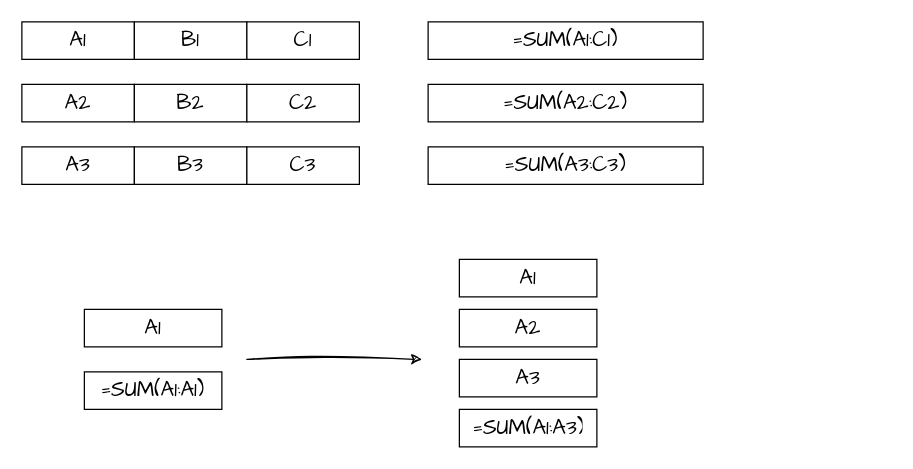
The draw.io diagram kk-excel/excel-formula-expand.drawio in Serein-sz/drawio-pkg, before the edit. Source tidied: cells renumbered, new cells numbered last; positions are measured from the earlier drawing's top-left corner, leaving out a move shared by most shapes. Both pictures are drawn from the tidied source at 125%, with x=0, y=0 at pixel (21, 21).
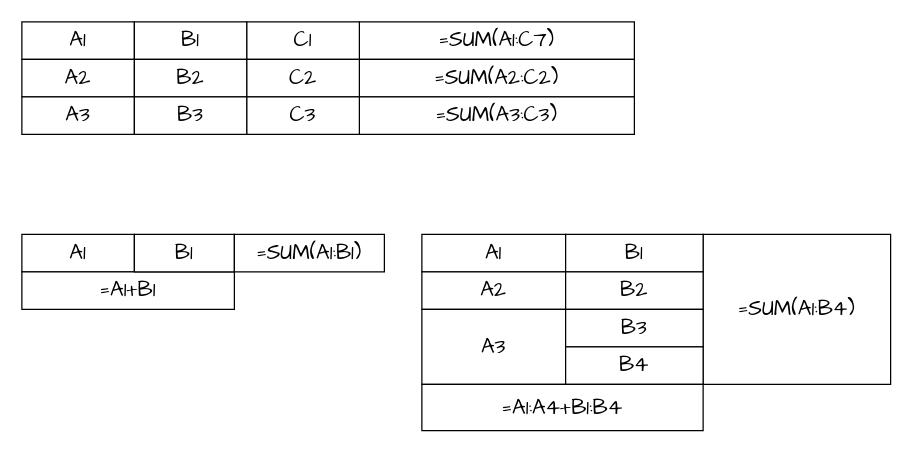
The same page after the edit.

What changed in the source:
```diff
@@
-    <mxCell id="3" value="=SUM(A1:C1)" style="text;strokeColor=inherit;align=center;verticalAlign=middle;spacingLeft=10;spacingRight=10;overflow=hidden;whiteSpace=wrap;html=1;fillColor=inherit;fontColor=inherit;fontSize=17;fontFamily=Architects Daughter;" parent="1" vertex="1">
-      <mxGeometry x="325" width="220" height="30" as="geometry" />
+    <mxCell id="3" value="=SUM(A1:C7)" style="text;strokeColor=inherit;align=center;verticalAlign=middle;spacingLeft=10;spacingRight=10;overflow=hidden;whiteSpace=wrap;html=1;fillColor=inherit;fontColor=inherit;fontSize=17;fontFamily=Architects Daughter;" parent="1" vertex="1">
+      <mxGeometry x="270" width="220" height="30" as="geometry" />
     </mxCell>
@@
     <mxCell id="7" style="swimlane;shape=mxgraph.bootstrap.anchor;strokeColor=#999999;fillColor=#ffffff;fontColor=#666666;horizontal=0;startSize=0;whiteSpace=wrap;html=1;sketch=1;hachureGap=4;jiggle=2;curveFitting=1;fontFamily=Architects Daughter;" parent="1" vertex="1">
-      <mxGeometry y="50" width="90" height="30" as="geometry" />
+      <mxGeometry y="30" width="90" height="30" as="geometry" />
     </mxCell>
     <mxCell id="8" value="=SUM(A2:C2)" style="text;strokeColor=inherit;align=center;verticalAlign=middle;spacingLeft=10;spacingRight=10;overflow=hidden;whiteSpace=wrap;html=1;fillColor=inherit;fontColor=inherit;fontSize=17;fontFamily=Architects Daughter;" parent="1" vertex="1">
-      <mxGeometry x="325" y="50" width="220" height="30" as="geometry" />
+      <mxGeometry x="270" y="30" width="220" height="30" as="geometry" />
     </mxCell>
     <mxCell id="9" value="A2" style="text;strokeColor=inherit;align=center;verticalAlign=middle;spacingLeft=10;spacingRight=10;overflow=hidden;whiteSpace=wrap;html=1;fillColor=inherit;fontColor=inherit;fontSize=17;fontFamily=Architects Daughter;" parent="1" vertex="1">
-      <mxGeometry y="50" width="90" height="30" as="geometry" />
+      <mxGeometry y="30" width="90" height="30" as="geometry" />
     </mxCell>
     <mxCell id="10" value="B2" style="text;strokeColor=inherit;align=center;verticalAlign=middle;spacingLeft=10;spacingRight=10;overflow=hidden;whiteSpace=wrap;html=1;fillColor=inherit;fontColor=inherit;fontSize=17;fontFamily=Architects Daughter;" parent="1" vertex="1">
-      <mxGeometry x="90" y="50" width="90" height="30" as="geometry" />
+      <mxGeometry x="90" y="30" width="90" height="30" as="geometry" />
     </mxCell>
     <mxCell id="11" value="C2" style="text;strokeColor=inherit;align=center;verticalAlign=middle;spacingLeft=10;spacingRight=10;overflow=hidden;whiteSpace=wrap;html=1;fillColor=inherit;fontColor=inherit;fontSize=17;fontFamily=Architects Daughter;" parent="1" vertex="1">
-      <mxGeometry x="180" y="50" width="90" height="30" as="geometry" />
+      <mxGeometry x="180" y="30" width="90" height="30" as="geometry" />
     </mxCell>
     <mxCell id="12" style="swimlane;shape=mxgraph.bootstrap.anchor;strokeColor=#999999;fillColor=#ffffff;fontColor=#666666;horizontal=0;startSize=0;whiteSpace=wrap;html=1;sketch=1;hachureGap=4;jiggle=2;curveFitting=1;fontFamily=Architects Daughter;" parent="1" vertex="1">
-      <mxGeometry y="100" width="90" height="30" as="geometry" />
+      <mxGeometry y="60" width="90" height="30" as="geometry" />
     </mxCell>
     <mxCell id="13" value="=SUM(A3:C3)" style="text;strokeColor=inherit;align=center;verticalAlign=middle;spacingLeft=10;spacingRight=10;overflow=hidden;whiteSpace=wrap;html=1;fillColor=inherit;fontColor=inherit;fontSize=17;fontFamily=Architects Daughter;" parent="1" vertex="1">
-      <mxGeometry x="325" y="100" width="220" height="30" as="geometry" />
+      <mxGeometry x="270" y="60" width="220" height="30" as="geometry" />
     </mxCell>
     <mxCell id="14" value="A3" style="text;strokeColor=inherit;align=center;verticalAlign=middle;spacingLeft=10;spacingRight=10;overflow=hidden;whiteSpace=wrap;html=1;fillColor=inherit;fontColor=inherit;fontSize=17;fontFamily=Architects Daughter;" parent="1" vertex="1">
-      <mxGeometry y="100" width="90" height="30" as="geometry" />
+      <mxGeometry y="60" width="90" height="30" as="geometry" />
     </mxCell>
     <mxCell id="15" value="B3" style="text;strokeColor=inherit;align=center;verticalAlign=middle;spacingLeft=10;spacingRight=10;overflow=hidden;whiteSpace=wrap;html=1;fillColor=inherit;fontColor=inherit;fontSize=17;fontFamily=Architects Daughter;" parent="1" vertex="1">
-      <mxGeometry x="90" y="100" width="90" height="30" as="geometry" />
+      <mxGeometry x="90" y="60" width="90" height="30" as="geometry" />
     </mxCell>
     <mxCell id="16" value="C3" style="text;strokeColor=inherit;align=center;verticalAlign=middle;spacingLeft=10;spacingRight=10;overflow=hidden;whiteSpace=wrap;html=1;fillColor=inherit;fontColor=inherit;fontSize=17;fontFamily=Architects Daughter;" parent="1" vertex="1">
-      <mxGeometry x="180" y="100" width="90" height="30" as="geometry" />
+      <mxGeometry x="180" y="60" width="90" height="30" as="geometry" />
     </mxCell>
     <mxCell id="17" value="A1" style="text;strokeColor=inherit;align=center;verticalAlign=middle;spacingLeft=10;spacingRight=10;overflow=hidden;whiteSpace=wrap;html=1;fillColor=inherit;fontColor=inherit;fontSize=17;fontFamily=Architects Daughter;" parent="1" vertex="1">
-      <mxGeometry x="50" y="230" width="110" height="30" as="geometry" />
+      <mxGeometry y="170" width="90" height="30" as="geometry" />
     </mxCell>
-    <mxCell id="18" value="=SUM(A1:A1)" style="text;strokeColor=inherit;align=center;verticalAlign=middle;spacingLeft=10;spacingRight=10;overflow=hidden;whiteSpace=wrap;html=1;fillColor=inherit;fontColor=inherit;fontSize=17;fontFamily=Architects Daughter;" parent="1" vertex="1">
-      <mxGeometry x="50" y="280" width="110" height="30" as="geometry" />
+    <mxCell id="18" value="=A1+B1" style="text;strokeColor=inherit;align=center;verticalAlign=middle;spacingLeft=10;spacingRight=10;overflow=hidden;whiteSpace=wrap;html=1;fillColor=inherit;fontColor=inherit;fontSize=17;fontFamily=Architects Daughter;" parent="1" vertex="1">
+      <mxGeometry y="200" width="170" height="30" as="geometry" />
     </mxCell>
     <mxCell id="19" value="A1" style="text;strokeColor=inherit;align=center;verticalAlign=middle;spacingLeft=10;spacingRight=10;overflow=hidden;whiteSpace=wrap;html=1;fillColor=inherit;fontColor=inherit;fontSize=17;fontFamily=Architects Daughter;" parent="1" vertex="1">
-      <mxGeometry x="350" y="190" width="110" height="30" as="geometry" />
+      <mxGeometry x="320" y="170" width="115" height="30" as="geometry" />
     </mxCell>
-    <mxCell id="20" value="=SUM(A1:A3)" style="text;strokeColor=inherit;align=center;verticalAlign=middle;spacingLeft=10;spacingRight=10;overflow=hidden;whiteSpace=wrap;html=1;fillColor=inherit;fontColor=inherit;fontSize=17;fontFamily=Architects Daughter;" parent="1" vertex="1">
-      <mxGeometry x="350" y="310" width="110" height="30" as="geometry" />
+    <mxCell id="20" value="=SUM(A1:B4)" style="text;strokeColor=inherit;align=center;verticalAlign=middle;spacingLeft=10;spacingRight=10;overflow=hidden;whiteSpace=wrap;html=1;fillColor=inherit;fontColor=inherit;fontSize=17;fontFamily=Architects Daughter;" parent="1" vertex="1">
+      <mxGeometry x="545" y="170" width="150" height="120" as="geometry" />
     </mxCell>
     <mxCell id="21" value="A2" style="text;strokeColor=inherit;align=center;verticalAlign=middle;spacingLeft=10;spacingRight=10;overflow=hidden;whiteSpace=wrap;html=1;fillColor=inherit;fontColor=inherit;fontSize=17;fontFamily=Architects Daughter;" parent="1" vertex="1">
-      <mxGeometry x="350" y="230" width="110" height="30" as="geometry" />
+      <mxGeometry x="320" y="200" width="115" height="30" as="geometry" />
     </mxCell>
     <mxCell id="22" value="A3" style="text;strokeColor=inherit;align=center;verticalAlign=middle;spacingLeft=10;spacingRight=10;overflow=hidden;whiteSpace=wrap;html=1;fillColor=inherit;fontColor=inherit;fontSize=17;fontFamily=Architects Daughter;" parent="1" vertex="1">
-      <mxGeometry x="350" y="270" width="110" height="30" as="geometry" />
+      <mxGeometry x="320" y="230" width="115" height="60" as="geometry" />
     </mxCell>
-    <mxCell id="23" style="endArrow=classic;html=1;rounded=0;sketch=1;hachureGap=4;jiggle=2;curveFitting=1;fontFamily=Architects Daughter;" parent="1" edge="1">
-      <mxGeometry relative="1" as="geometry">
-        <mxPoint x="180" y="270" as="sourcePoint" />
-        <mxPoint x="320" y="270" as="targetPoint" />
-      </mxGeometry>
-    </mxCell>
+    <mxCell id="24" value="B1" style="text;strokeColor=inherit;align=center;verticalAlign=middle;spacingLeft=10;spacingRight=10;overflow=hidden;whiteSpace=wrap;html=1;fillColor=inherit;fontColor=inherit;fontSize=17;fontFamily=Architects Daughter;" parent="1" vertex="1">
+      <mxGeometry x="435" y="170" width="110" height="30" as="geometry" />
+    </mxCell>
+    <mxCell id="25" value="B2" style="text;strokeColor=inherit;align=center;verticalAlign=middle;spacingLeft=10;spacingRight=10;overflow=hidden;whiteSpace=wrap;html=1;fillColor=inherit;fontColor=inherit;fontSize=17;fontFamily=Architects Daughter;" parent="1" vertex="1">
+      <mxGeometry x="435" y="200" width="110" height="30" as="geometry" />
+    </mxCell>
+    <mxCell id="26" value="B3" style="text;strokeColor=inherit;align=center;verticalAlign=middle;spacingLeft=10;spacingRight=10;overflow=hidden;whiteSpace=wrap;html=1;fillColor=inherit;fontColor=inherit;fontSize=17;fontFamily=Architects Daughter;" parent="1" vertex="1">
+      <mxGeometry x="435" y="230" width="110" height="30" as="geometry" />
+    </mxCell>
+    <mxCell id="27" value="B4" style="text;strokeColor=inherit;align=center;verticalAlign=middle;spacingLeft=10;spacingRight=10;overflow=hidden;whiteSpace=wrap;html=1;fillColor=inherit;fontColor=inherit;fontSize=17;fontFamily=Architects Daughter;" parent="1" vertex="1">
+      <mxGeometry x="435" y="260" width="110" height="30" as="geometry" />
+    </mxCell>
+    <mxCell id="28" value="=A1:A4+B1:B4" style="text;strokeColor=inherit;align=center;verticalAlign=middle;spacingLeft=10;spacingRight=10;overflow=hidden;whiteSpace=wrap;html=1;fillColor=inherit;fontColor=inherit;fontSize=17;fontFamily=Architects Daughter;" parent="1" vertex="1">
+      <mxGeometry x="320" y="290" width="225" height="37" as="geometry" />
+    </mxCell>
+    <mxCell id="29" value="B1" style="text;strokeColor=inherit;align=center;verticalAlign=middle;spacingLeft=10;spacingRight=10;overflow=hidden;whiteSpace=wrap;html=1;fillColor=inherit;fontColor=inherit;fontSize=17;fontFamily=Architects Daughter;" parent="1" vertex="1">
+      <mxGeometry x="90" y="170" width="80" height="30" as="geometry" />
+    </mxCell>
+    <mxCell id="30" value="=SUM(A1:B1)" style="text;strokeColor=inherit;align=center;verticalAlign=middle;spacingLeft=10;spacingRight=10;overflow=hidden;whiteSpace=wrap;html=1;fillColor=inherit;fontColor=inherit;fontSize=17;fontFamily=Architects Daughter;" parent="1" vertex="1">
+      <mxGeometry x="170" y="170" width="120" height="30" as="geometry" />
+    </mxCell>
```
